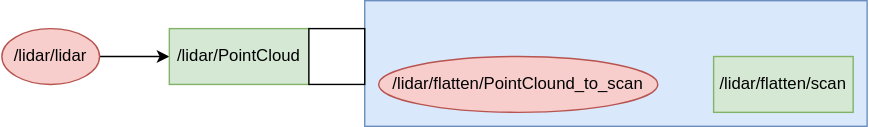
Above: Figures/draw.io/sipleRqtRos1.drawio.svg in didriknr/Master-thesis-Didrik-Robsrud (draw.io), before the change. Source tidied: cells renumbered, new cells last; positions are measured from the earlier drawing's top-left corner, leaving out a move shared by most shapes.
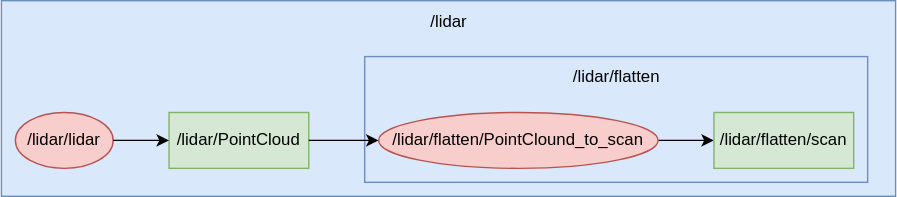
Above is the later version.

What changed in the source:
```diff
@@ -2,26 +2,47 @@
   <root>
     <mxCell id="0" />
     <mxCell id="1" parent="0" />
-    <mxCell id="2" style="edgeStyle=orthogonalEdgeStyle;rounded=0;jettySize=auto;html=1;" parent="1" edge="1" source="3" target="4">
-      <mxGeometry relative="1" as="geometry" />
-    </mxCell>
+    <mxCell id="9" style="group;" parent="1" vertex="1">
+      <mxGeometry y="-60" width="640" height="140" as="geometry" />
+    </mxCell>
+    <mxCell id="10" style="group;" parent="9" vertex="1">
+      <mxGeometry width="640" height="140" as="geometry" />
+    </mxCell>
+    <mxCell id="11" style="rounded=0;whiteSpace=wrap;html=1;fillColor=#dae8fc;strokeColor=#6c8ebf;align=center;" parent="10" vertex="1">
+      <mxGeometry width="640" height="140" as="geometry" />
+    </mxCell>
+    <mxCell id="12" value="/lidar" style="text;html=1;align=center;verticalAlign=middle;strokeColor=none;fillColor=none;" parent="10" vertex="1">
+      <mxGeometry x="295" width="50" height="30" as="geometry" />
+    </mxCell>
+    <mxCell id="13" style="group;" parent="9" vertex="1">
+      <mxGeometry x="260" y="40" width="360" height="90" as="geometry" />
+    </mxCell>
+    <mxCell id="5" style="rounded=0;whiteSpace=wrap;html=1;fillColor=#dae8fc;strokeColor=#6c8ebf;align=center;" parent="13" vertex="1">
+      <mxGeometry width="360" height="90" as="geometry" />
+    </mxCell>
+    <mxCell id="14" style="edgeStyle=orthogonalEdgeStyle;rounded=0;jettySize=auto;html=1;exitX=1;exitY=0.5;exitDx=0;exitDy=0;entryX=0;entryY=0.5;entryDx=0;entryDy=0;" parent="13" edge="1" source="7" target="8">
+      <mxGeometry relative="1" as="geometry" />
+    </mxCell>
+    <mxCell id="7" value="/lidar/flatten/PointClound_to_scan" style="ellipse;whiteSpace=wrap;html=1;fillColor=#f8cecc;strokeColor=#b85450;" parent="13" vertex="1">
+      <mxGeometry x="10" y="40" width="200" height="40" as="geometry" />
+    </mxCell>
+    <mxCell id="8" value="/lidar/flatten/scan" style="rounded=0;whiteSpace=wrap;html=1;fillColor=#d5e8d4;strokeColor=#82b366;" parent="13" vertex="1">
+      <mxGeometry x="250" y="40" width="100" height="40" as="geometry" />
+    </mxCell>
+    <mxCell id="15" value="/lidar/flatten" style="text;html=1;align=center;verticalAlign=middle;strokeColor=none;fillColor=none;" parent="13" vertex="1">
+      <mxGeometry x="135" width="90" height="30" as="geometry" />
+    </mxCell>
-    <mxCell id="3" value="/lidar/lidar" style="ellipse;whiteSpace=wrap;html=1;fillColor=#f8cecc;strokeColor=#b85450;" parent="1" vertex="1">
-      <mxGeometry y="20" width="70" height="40" as="geometry" />
+    <mxCell id="3" value="/lidar/lidar" style="ellipse;whiteSpace=wrap;html=1;fillColor=#f8cecc;strokeColor=#b85450;" parent="9" vertex="1">
+      <mxGeometry x="10" y="80" width="70" height="40" as="geometry" />
     </mxCell>
-    <mxCell id="4" value="/lidar/PointCloud" style="rounded=0;whiteSpace=wrap;html=1;fillColor=#d5e8d4;strokeColor=#82b366;" parent="1" vertex="1">
-      <mxGeometry x="120" y="20" width="100" height="40" as="geometry" />
+    <mxCell id="4" value="/lidar/PointCloud" style="rounded=0;whiteSpace=wrap;html=1;fillColor=#d5e8d4;strokeColor=#82b366;" parent="9" vertex="1">
+      <mxGeometry x="120" y="80" width="100" height="40" as="geometry" />
     </mxCell>
-    <mxCell id="5" style="rounded=0;whiteSpace=wrap;html=1;fillColor=#dae8fc;strokeColor=#6c8ebf;" parent="1" vertex="1">
-      <mxGeometry x="260" width="360" height="90" as="geometry" />
-    </mxCell>
-    <mxCell id="6" style="rounded=0;whiteSpace=wrap;html=1;" parent="1" vertex="1">
-      <mxGeometry x="220" y="20" width="40" height="40" as="geometry" />
-    </mxCell>
-    <mxCell id="7" value="/lidar/flatten/PointClound_to_scan" style="ellipse;whiteSpace=wrap;html=1;fillColor=#f8cecc;strokeColor=#b85450;" parent="1" vertex="1">
-      <mxGeometry x="270" y="40" width="200" height="40" as="geometry" />
-    </mxCell>
-    <mxCell id="8" value="/lidar/flatten/scan" style="rounded=0;whiteSpace=wrap;html=1;fillColor=#d5e8d4;strokeColor=#82b366;" parent="1" vertex="1">
-      <mxGeometry x="510" y="40" width="100" height="40" as="geometry" />
-    </mxCell>
+    <mxCell id="16" style="edgeStyle=orthogonalEdgeStyle;rounded=0;jettySize=auto;html=1;entryX=0;entryY=0.5;entryDx=0;entryDy=0;" parent="9" edge="1" source="4" target="7">
+      <mxGeometry relative="1" as="geometry" />
+    </mxCell>
+    <mxCell id="2" style="edgeStyle=orthogonalEdgeStyle;rounded=0;jettySize=auto;html=1;entryX=0;entryY=0.5;entryDx=0;entryDy=0;" parent="9" edge="1" source="3" target="4">
+      <mxGeometry relative="1" as="geometry" />
+    </mxCell>
   </root>
 </mxGraphModel>
```
